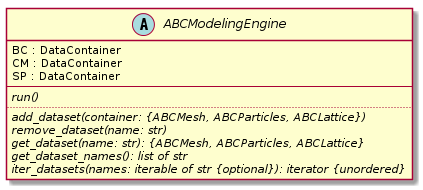
simphony/simphony-common keeps this PlantUML diagram as doc/source/images/engine.png. Above is the earlier version.
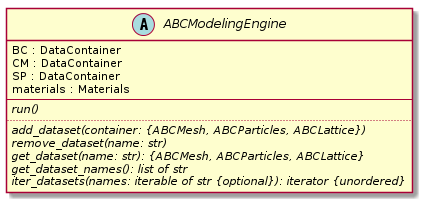
The same file after the commit.

Commit message:
Add Material and Materials to documenation

What changed in the source:
```diff
@@ -3,6 +3,7 @@
   BC : DataContainer
   CM : DataContainer
   SP : DataContainer
+  materials : Materials
   --
   {abstract} run()
   ..
```
